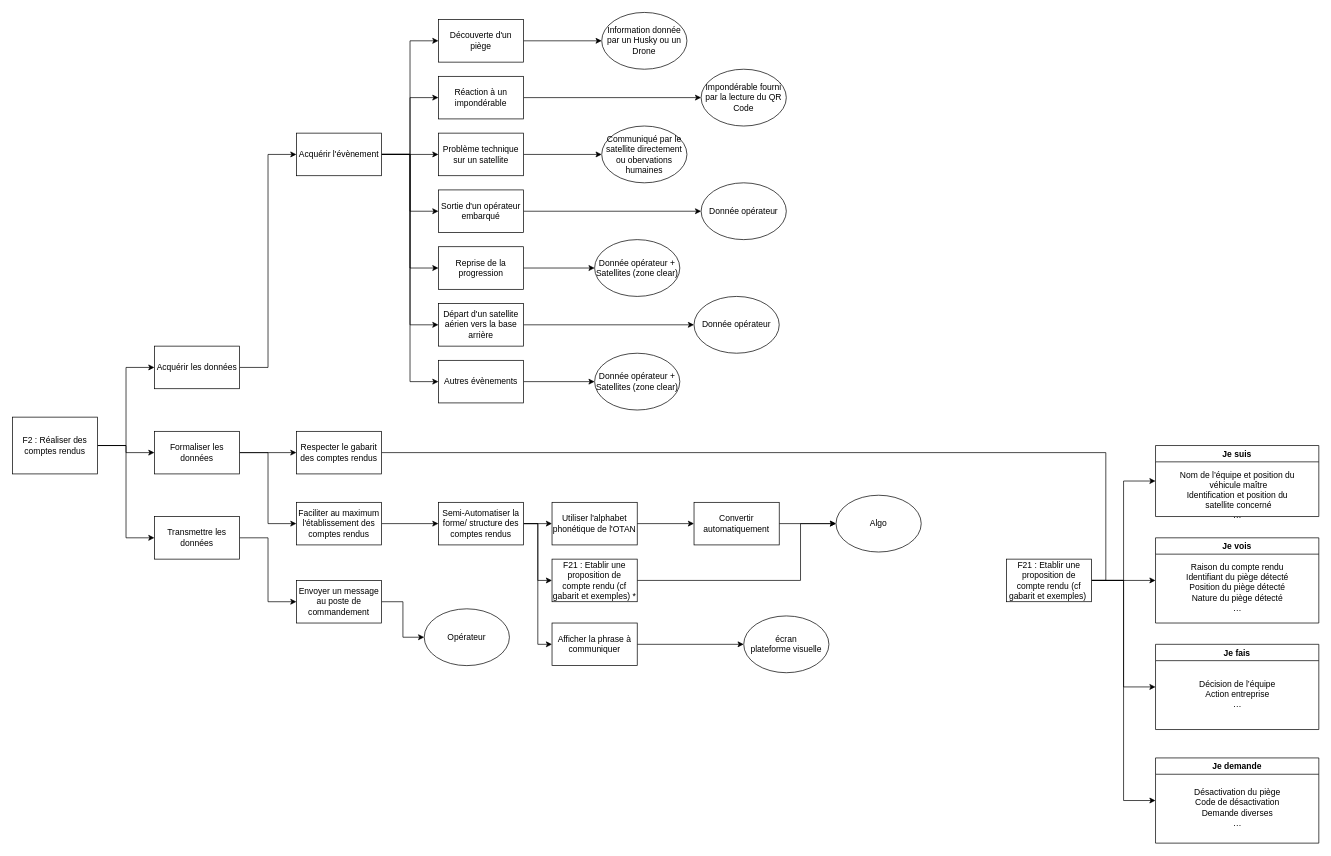
This is Diagrammes/F22.drawio from annieliu52/CoHoMa, a draw.io file, before an edit. Source tidied: cells renumbered, new cells numbered last; positions are measured from the earlier drawing's top-left corner, leaving out a move shared by most shapes. Both pictures are drawn from the tidied source at 71%, with x=0, y=0 at pixel (12, 12).
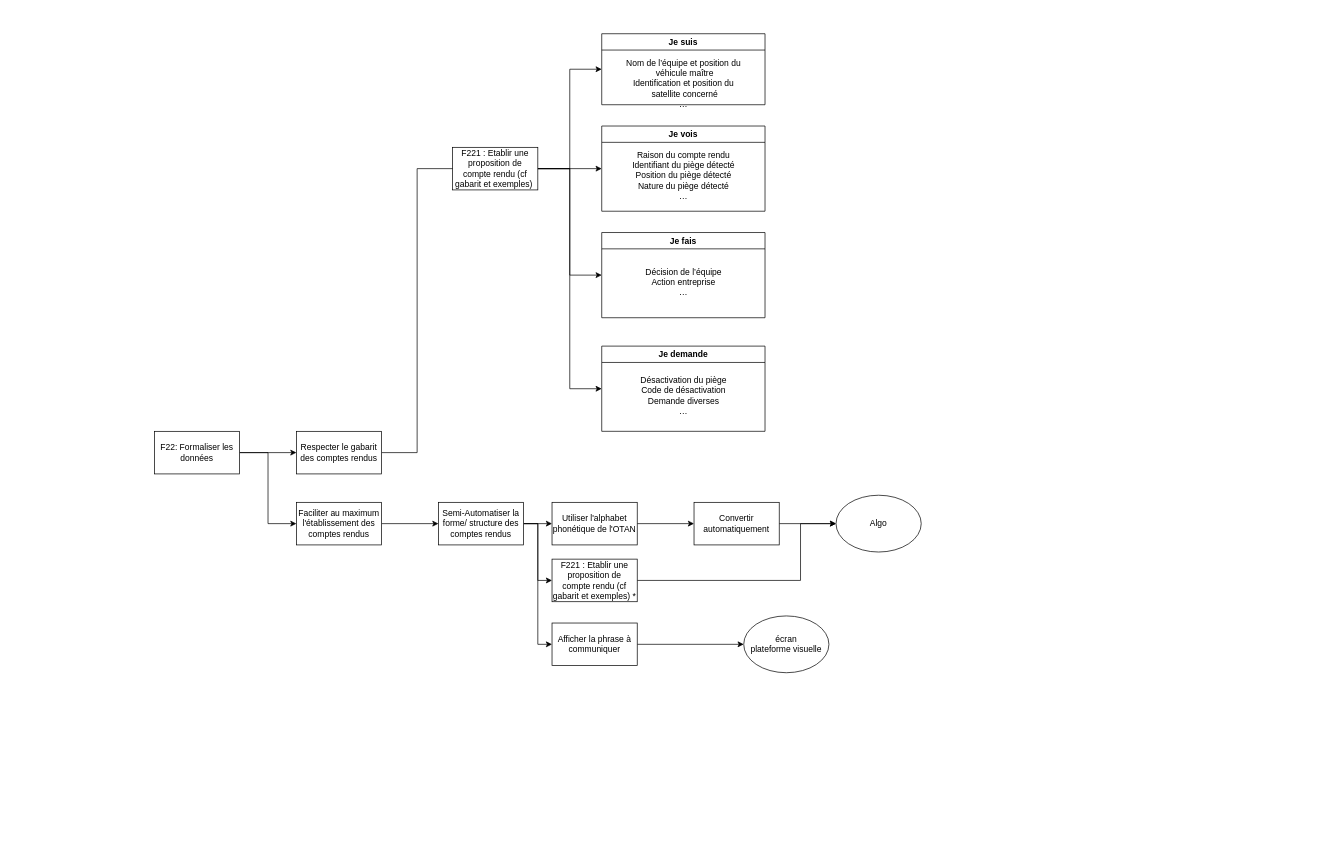
The same page after the edit.

Unchanged cells that the change refers to:
```xml
<mxCell id="14" value="Respecter le gabarit des comptes rendus" style="rounded=0;whiteSpace=wrap;html=1;" parent="1" vertex="1">
  <mxGeometry x="400" y="590" width="120" height="60" as="geometry" />
</mxCell>
```

Diff of the diagram source:
```diff
@@
-    <mxCell id="2" style="edgeStyle=orthogonalEdgeStyle;rounded=0;jettySize=auto;html=1;exitX=1;exitY=0.5;exitDx=0;exitDy=0;entryX=0;entryY=0.5;entryDx=0;entryDy=0;" parent="1" edge="1" source="5" target="7">
-      <mxGeometry relative="1" as="geometry" />
-    </mxCell>
-    <mxCell id="3" style="edgeStyle=orthogonalEdgeStyle;rounded=0;jettySize=auto;html=1;exitX=1;exitY=0.5;exitDx=0;exitDy=0;entryX=0;entryY=0.5;entryDx=0;entryDy=0;" parent="1" edge="1" source="5" target="10">
-      <mxGeometry relative="1" as="geometry" />
-    </mxCell>
-    <mxCell id="4" style="edgeStyle=orthogonalEdgeStyle;rounded=0;jettySize=auto;html=1;exitX=1;exitY=0.5;exitDx=0;exitDy=0;entryX=0;entryY=0.5;entryDx=0;entryDy=0;" parent="1" edge="1" source="5" target="12">
-      <mxGeometry relative="1" as="geometry" />
-    </mxCell>
-    <mxCell id="5" value="F2 : Réaliser des comptes rendus" style="rounded=0;whiteSpace=wrap;html=1;" parent="1" vertex="1">
-      <mxGeometry y="570" width="120" height="80" as="geometry" />
-    </mxCell>
-    <mxCell id="6" style="edgeStyle=orthogonalEdgeStyle;rounded=0;jettySize=auto;html=1;exitX=1;exitY=0.5;exitDx=0;exitDy=0;entryX=0;entryY=0.5;entryDx=0;entryDy=0;" parent="1" edge="1" source="7" target="22">
-      <mxGeometry relative="1" as="geometry" />
-    </mxCell>
-    <mxCell id="7" value="Acquérir les données" style="rounded=0;whiteSpace=wrap;html=1;" parent="1" vertex="1">
-      <mxGeometry x="200" y="470" width="120" height="60" as="geometry" />
-    </mxCell>
@@
-    <mxCell id="10" value="Formaliser les données" style="rounded=0;whiteSpace=wrap;html=1;" parent="1" vertex="1">
+    <mxCell id="10" value="F22: Formaliser les données" style="rounded=0;whiteSpace=wrap;html=1;" parent="1" vertex="1">
       <mxGeometry x="200" y="590" width="120" height="60" as="geometry" />
     </mxCell>
-    <mxCell id="11" style="edgeStyle=orthogonalEdgeStyle;rounded=0;jettySize=auto;html=1;exitX=1;exitY=0.5;exitDx=0;exitDy=0;entryX=0;entryY=0.5;entryDx=0;entryDy=0;endArrow=classic;endFill=1;" parent="1" edge="1" source="12" target="74">
-      <mxGeometry relative="1" as="geometry" />
-    </mxCell>
-    <mxCell id="12" value="Transmettre les données" style="rounded=0;whiteSpace=wrap;html=1;" parent="1" vertex="1">
-      <mxGeometry x="200" y="710" width="120" height="60" as="geometry" />
-    </mxCell>
     <mxCell id="13" style="edgeStyle=orthogonalEdgeStyle;rounded=0;jettySize=auto;html=1;exitX=1;exitY=0.5;exitDx=0;exitDy=0;entryX=1;entryY=0.5;entryDx=0;entryDy=0;endArrow=none;endFill=0;" parent="1" edge="1" source="14" target="64">
-      <mxGeometry relative="1" as="geometry" />
+      <mxGeometry relative="1" as="geometry">
+        <Array as="points">
+          <mxPoint x="570" y="620" />
+          <mxPoint x="570" y="220" />
+        </Array>
+      </mxGeometry>
     </mxCell>
@@
-    <mxCell id="15" style="edgeStyle=orthogonalEdgeStyle;rounded=0;jettySize=auto;html=1;exitX=1;exitY=0.5;exitDx=0;exitDy=0;entryX=0;entryY=0.5;entryDx=0;entryDy=0;" parent="1" edge="1" source="22" target="26">
-      <mxGeometry relative="1" as="geometry" />
-    </mxCell>
-    <mxCell id="16" style="edgeStyle=orthogonalEdgeStyle;rounded=0;jettySize=auto;html=1;exitX=1;exitY=0.5;exitDx=0;exitDy=0;entryX=0;entryY=0.5;entryDx=0;entryDy=0;" parent="1" edge="1" source="22" target="28">
-      <mxGeometry relative="1" as="geometry" />
-    </mxCell>
-    <mxCell id="17" style="edgeStyle=orthogonalEdgeStyle;rounded=0;jettySize=auto;html=1;exitX=1;exitY=0.5;exitDx=0;exitDy=0;entryX=0;entryY=0.5;entryDx=0;entryDy=0;" parent="1" edge="1" source="22" target="30">
-      <mxGeometry relative="1" as="geometry" />
-    </mxCell>
-    <mxCell id="18" style="edgeStyle=orthogonalEdgeStyle;rounded=0;jettySize=auto;html=1;exitX=1;exitY=0.5;exitDx=0;exitDy=0;entryX=0;entryY=0.5;entryDx=0;entryDy=0;" parent="1" edge="1" source="22" target="32">
-      <mxGeometry relative="1" as="geometry" />
-    </mxCell>
-    <mxCell id="19" style="edgeStyle=orthogonalEdgeStyle;rounded=0;jettySize=auto;html=1;exitX=1;exitY=0.5;exitDx=0;exitDy=0;entryX=0;entryY=0.5;entryDx=0;entryDy=0;" parent="1" edge="1" source="22" target="34">
-      <mxGeometry relative="1" as="geometry" />
-    </mxCell>
-    <mxCell id="20" style="edgeStyle=orthogonalEdgeStyle;rounded=0;jettySize=auto;html=1;exitX=1;exitY=0.5;exitDx=0;exitDy=0;entryX=0;entryY=0.5;entryDx=0;entryDy=0;" parent="1" edge="1" source="22" target="36">
-      <mxGeometry relative="1" as="geometry" />
-    </mxCell>
-    <mxCell id="21" style="edgeStyle=orthogonalEdgeStyle;rounded=0;jettySize=auto;html=1;exitX=1;exitY=0.5;exitDx=0;exitDy=0;entryX=0;entryY=0.5;entryDx=0;entryDy=0;" parent="1" edge="1" source="22" target="38">
-      <mxGeometry relative="1" as="geometry" />
-    </mxCell>
-    <mxCell id="22" value="Acquérir l'évènement" style="rounded=0;whiteSpace=wrap;html=1;" parent="1" vertex="1">
-      <mxGeometry x="400" y="170" width="120" height="60" as="geometry" />
-    </mxCell>
@@
-    <mxCell id="25" style="edgeStyle=orthogonalEdgeStyle;rounded=0;jettySize=auto;html=1;exitX=1;exitY=0.5;exitDx=0;exitDy=0;" parent="1" edge="1" source="26" target="39">
-      <mxGeometry relative="1" as="geometry" />
-    </mxCell>
-    <mxCell id="26" value="Découverte d'un piège" style="rounded=0;whiteSpace=wrap;html=1;" parent="1" vertex="1">
-      <mxGeometry x="600" y="10" width="120" height="60" as="geometry" />
-    </mxCell>
-    <mxCell id="27" style="edgeStyle=orthogonalEdgeStyle;rounded=0;jettySize=auto;html=1;exitX=1;exitY=0.5;exitDx=0;exitDy=0;entryX=0;entryY=0.5;entryDx=0;entryDy=0;" parent="1" edge="1" source="28" target="40">
-      <mxGeometry relative="1" as="geometry" />
-    </mxCell>
-    <mxCell id="28" value="Réaction à un impondérable" style="rounded=0;whiteSpace=wrap;html=1;" parent="1" vertex="1">
-      <mxGeometry x="600" y="90" width="120" height="60" as="geometry" />
-    </mxCell>
-    <mxCell id="29" style="edgeStyle=orthogonalEdgeStyle;rounded=0;jettySize=auto;html=1;exitX=1;exitY=0.5;exitDx=0;exitDy=0;entryX=0;entryY=0.5;entryDx=0;entryDy=0;" parent="1" edge="1" source="30" target="41">
-      <mxGeometry relative="1" as="geometry" />
-    </mxCell>
-    <mxCell id="30" value="Problème technique sur un satellite" style="rounded=0;whiteSpace=wrap;html=1;" parent="1" vertex="1">
-      <mxGeometry x="600" y="170" width="120" height="60" as="geometry" />
-    </mxCell>
-    <mxCell id="31" style="edgeStyle=orthogonalEdgeStyle;rounded=0;jettySize=auto;html=1;exitX=1;exitY=0.5;exitDx=0;exitDy=0;entryX=0;entryY=0.5;entryDx=0;entryDy=0;" parent="1" edge="1" source="32" target="42">
-      <mxGeometry relative="1" as="geometry" />
-    </mxCell>
-    <mxCell id="32" value="Sortie d'un opérateur embarqué" style="rounded=0;whiteSpace=wrap;html=1;" parent="1" vertex="1">
-      <mxGeometry x="600" y="250" width="120" height="60" as="geometry" />
-    </mxCell>
-    <mxCell id="33" style="edgeStyle=orthogonalEdgeStyle;rounded=0;jettySize=auto;html=1;exitX=1;exitY=0.5;exitDx=0;exitDy=0;entryX=0;entryY=0.5;entryDx=0;entryDy=0;" parent="1" edge="1" source="34" target="43">
-      <mxGeometry relative="1" as="geometry" />
-    </mxCell>
-    <mxCell id="34" value="Reprise de la progression" style="rounded=0;whiteSpace=wrap;html=1;" parent="1" vertex="1">
-      <mxGeometry x="600" y="330" width="120" height="60" as="geometry" />
-    </mxCell>
-    <mxCell id="35" style="edgeStyle=orthogonalEdgeStyle;rounded=0;jettySize=auto;html=1;exitX=1;exitY=0.5;exitDx=0;exitDy=0;" parent="1" edge="1" source="36" target="44">
-      <mxGeometry relative="1" as="geometry" />
-    </mxCell>
-    <mxCell id="36" value="Départ d'un satellite aérien vers la base arrière" style="rounded=0;whiteSpace=wrap;html=1;" parent="1" vertex="1">
-      <mxGeometry x="600" y="410" width="120" height="60" as="geometry" />
-    </mxCell>
-    <mxCell id="37" style="edgeStyle=orthogonalEdgeStyle;rounded=0;jettySize=auto;html=1;exitX=1;exitY=0.5;exitDx=0;exitDy=0;entryX=0;entryY=0.5;entryDx=0;entryDy=0;" parent="1" edge="1" source="38" target="45">
-      <mxGeometry relative="1" as="geometry" />
-    </mxCell>
-    <mxCell id="38" value="Autres évènements" style="rounded=0;whiteSpace=wrap;html=1;" parent="1" vertex="1">
-      <mxGeometry x="600" y="490" width="120" height="60" as="geometry" />
-    </mxCell>
-    <mxCell id="39" value="Information donnée par un Husky ou un Drone" style="ellipse;whiteSpace=wrap;html=1;" parent="1" vertex="1">
-      <mxGeometry x="830" width="120" height="80" as="geometry" />
-    </mxCell>
-    <mxCell id="40" value="Impondérable fourni par la lecture du QR Code" style="ellipse;whiteSpace=wrap;html=1;" parent="1" vertex="1">
-      <mxGeometry x="970" y="80" width="120" height="80" as="geometry" />
-    </mxCell>
-    <mxCell id="41" value="Communiqué par le satellite directement ou obervations humaines" style="ellipse;whiteSpace=wrap;html=1;" parent="1" vertex="1">
-      <mxGeometry x="830" y="160" width="120" height="80" as="geometry" />
-    </mxCell>
-    <mxCell id="42" value="Donnée opérateur" style="ellipse;whiteSpace=wrap;html=1;" parent="1" vertex="1">
-      <mxGeometry x="970" y="240" width="120" height="80" as="geometry" />
-    </mxCell>
-    <mxCell id="43" value="Donnée opérateur + Satellites (zone clear)" style="ellipse;whiteSpace=wrap;html=1;" parent="1" vertex="1">
-      <mxGeometry x="820" y="320" width="120" height="80" as="geometry" />
-    </mxCell>
-    <mxCell id="44" value="Donnée opérateur" style="ellipse;whiteSpace=wrap;html=1;" parent="1" vertex="1">
-      <mxGeometry x="960" y="400" width="120" height="80" as="geometry" />
-    </mxCell>
-    <mxCell id="45" value="Donnée opérateur + Satellites (zone clear)" style="ellipse;whiteSpace=wrap;html=1;" parent="1" vertex="1">
-      <mxGeometry x="820" y="480" width="120" height="80" as="geometry" />
-    </mxCell>
@@
-    <mxCell id="53" value="F21 : Etablir une proposition de compte rendu (cf gabarit et exemples) *" style="rounded=0;whiteSpace=wrap;html=1;" parent="1" vertex="1">
+    <mxCell id="53" value="F221 : Etablir une proposition de compte rendu (cf gabarit et exemples) *" style="rounded=0;whiteSpace=wrap;html=1;" parent="1" vertex="1">
       <mxGeometry x="760" y="770" width="120" height="60" as="geometry" />
     </mxCell>
@@
-    <mxCell id="64" value="F21 : Etablir une proposition de compte rendu (cf gabarit et exemples)&amp;nbsp;" style="rounded=0;whiteSpace=wrap;html=1;" parent="1" vertex="1">
-      <mxGeometry x="1400" y="770" width="120" height="60" as="geometry" />
+    <mxCell id="64" value="F221 : Etablir une proposition de compte rendu (cf gabarit et exemples)&amp;nbsp;" style="rounded=0;whiteSpace=wrap;html=1;" parent="1" vertex="1">
+      <mxGeometry x="620" y="190" width="120" height="60" as="geometry" />
     </mxCell>
     <mxCell id="65" value="Je suis" style="swimlane;" parent="1" vertex="1">
-      <mxGeometry x="1610" y="610" width="230" height="100" as="geometry" />
+      <mxGeometry x="830" y="30" width="230" height="100" as="geometry" />
     </mxCell>
@@
     <mxCell id="67" value="Je vois" style="swimlane;" parent="1" vertex="1">
-      <mxGeometry x="1610" y="740" width="230" height="120" as="geometry" />
+      <mxGeometry x="830" y="160" width="230" height="120" as="geometry" />
     </mxCell>
@@
     <mxCell id="69" value="Je fais" style="swimlane;" parent="1" vertex="1">
-      <mxGeometry x="1610" y="890" width="230" height="120" as="geometry" />
+      <mxGeometry x="830" y="310" width="230" height="120" as="geometry" />
     </mxCell>
@@
     <mxCell id="71" value="Je demande" style="swimlane;" parent="1" vertex="1">
-      <mxGeometry x="1610" y="1050" width="230" height="120" as="geometry" />
+      <mxGeometry x="830" y="470" width="230" height="120" as="geometry" />
     </mxCell>
@@
-    <mxCell id="73" style="edgeStyle=orthogonalEdgeStyle;rounded=0;jettySize=auto;html=1;exitX=1;exitY=0.5;exitDx=0;exitDy=0;entryX=0;entryY=0.5;entryDx=0;entryDy=0;endArrow=classic;endFill=1;" parent="1" edge="1" source="74" target="75">
-      <mxGeometry relative="1" as="geometry" />
-    </mxCell>
-    <mxCell id="74" value="Envoyer un message au poste de commandement" style="rounded=0;whiteSpace=wrap;html=1;" parent="1" vertex="1">
-      <mxGeometry x="400" y="800" width="120" height="60" as="geometry" />
-    </mxCell>
-    <mxCell id="75" value="Opérateur" style="ellipse;whiteSpace=wrap;html=1;" parent="1" vertex="1">
-      <mxGeometry x="580" y="840" width="120" height="80" as="geometry" />
-    </mxCell>
```
